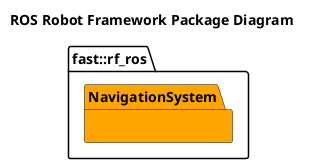
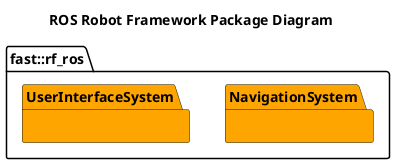
@startuml
title ROS Robot Framework Package Diagram
namespace fast::rf_ros {
    namespace NavigationSystem #Orange {

    }
+     namespace UserInterfaceSystem #Orange {
+ 
+     }
}
@enduml